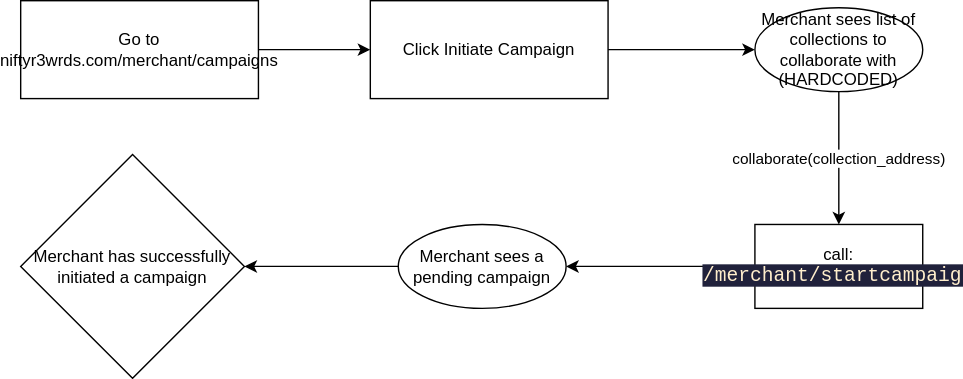
Above: docs/merchant-start-campaign.drawio.svg in NiftyRewards/nifty-rewards-backend (draw.io), before the change. Source tidied: cells renumbered, new cells last; positions are measured from the earlier drawing's top-left corner, leaving out a move shared by most shapes. Its diagram source:
```xml
<mxGraphModel>
  <root>
    <mxCell id="0" />
    <mxCell id="1" parent="0" />
    <mxCell id="2" style="edgeStyle=none;html=1;" parent="1" edge="1" source="3" target="5">
      <mxGeometry relative="1" as="geometry" />
    </mxCell>
    <mxCell id="3" value="Go to niftyr3wrds.com/merchant/campaigns" style="rounded=0;whiteSpace=wrap;html=1;" parent="1" vertex="1">
      <mxGeometry width="170" height="70" as="geometry" />
    </mxCell>
    <mxCell id="4" style="edgeStyle=none;html=1;" parent="1" edge="1" source="5" target="7">
      <mxGeometry relative="1" as="geometry" />
    </mxCell>
    <mxCell id="5" value="Click Initiate Campaign" style="rounded=0;whiteSpace=wrap;html=1;" parent="1" vertex="1">
      <mxGeometry x="250" width="170" height="70" as="geometry" />
    </mxCell>
    <mxCell id="6" value="collaborate(collection_address)" style="edgeStyle=none;html=1;" parent="1" edge="1" source="7" target="9">
      <mxGeometry relative="1" as="geometry" />
    </mxCell>
    <mxCell id="7" value="Merchant sees list of collections to collaborate with (HARDCODED)" style="ellipse;whiteSpace=wrap;html=1;rounded=0;" parent="1" vertex="1">
      <mxGeometry x="525" y="5" width="120" height="60" as="geometry" />
    </mxCell>
    <mxCell id="8" style="edgeStyle=none;html=1;" parent="1" edge="1" source="9" target="11">
      <mxGeometry relative="1" as="geometry" />
    </mxCell>
    <mxCell id="9" value="call:&lt;br&gt;&lt;span style=&quot;color: rgb(255 , 238 , 204) ; background-color: rgb(32 , 33 , 59) ; font-family: &amp;#34;consolas&amp;#34; , &amp;#34;courier new&amp;#34; , monospace ; font-size: 14px&quot;&gt;/merchant/startcampaign&lt;/span&gt;" style="whiteSpace=wrap;html=1;rounded=0;" parent="1" vertex="1">
      <mxGeometry x="525" y="160" width="120" height="60" as="geometry" />
    </mxCell>
    <mxCell id="10" style="edgeStyle=none;html=1;" parent="1" edge="1" source="11" target="12">
      <mxGeometry relative="1" as="geometry" />
    </mxCell>
    <mxCell id="11" value="Merchant sees a pending campaign" style="ellipse;whiteSpace=wrap;html=1;rounded=0;" parent="1" vertex="1">
      <mxGeometry x="270" y="160" width="120" height="60" as="geometry" />
    </mxCell>
    <mxCell id="12" value="Merchant has successfully initiated a campaign" style="rhombus;whiteSpace=wrap;html=1;rounded=0;" parent="1" vertex="1">
      <mxGeometry y="110" width="160" height="160" as="geometry" />
    </mxCell>
  </root>
</mxGraphModel>
```
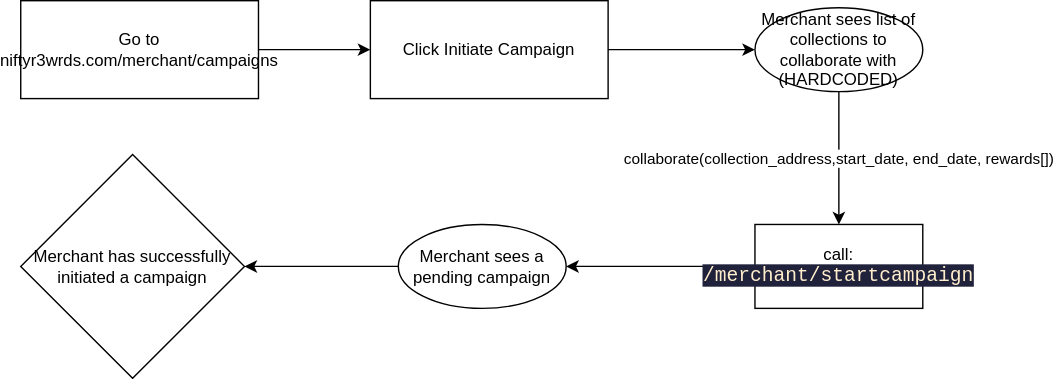
After the change.

Commit message:
docs: Update merchant start campaign

The edit, as a diff of the source:
```diff
@@ -14,7 +14,7 @@
     <mxCell id="5" value="Click Initiate Campaign" style="rounded=0;whiteSpace=wrap;html=1;" parent="1" vertex="1">
       <mxGeometry x="250" width="170" height="70" as="geometry" />
     </mxCell>
-    <mxCell id="6" value="collaborate(collection_address)" style="edgeStyle=none;html=1;" parent="1" edge="1" source="7" target="9">
+    <mxCell id="6" value="collaborate(collection_address,start_date, end_date, rewards[])" style="edgeStyle=none;html=1;" parent="1" edge="1" source="7" target="9">
       <mxGeometry relative="1" as="geometry" />
     </mxCell>
     <mxCell id="7" value="Merchant sees list of collections to collaborate with (HARDCODED)" style="ellipse;whiteSpace=wrap;html=1;rounded=0;" parent="1" vertex="1">
```
